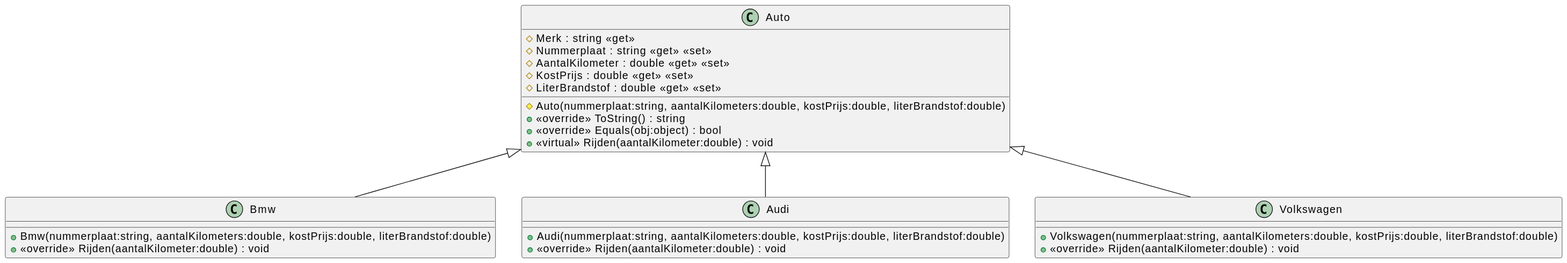
This is 05/05_00/svg/Overview.svg from it-graduaten/template-csharp-ooprogramming-permanente-evaluatie, a PlantUML export, as it was before one commit. The source it was exported from:
```plantuml
@startuml
!include Bmw.puml
!include Audi.puml
!include Auto.puml
!include Volkswagen.puml
@enduml
```
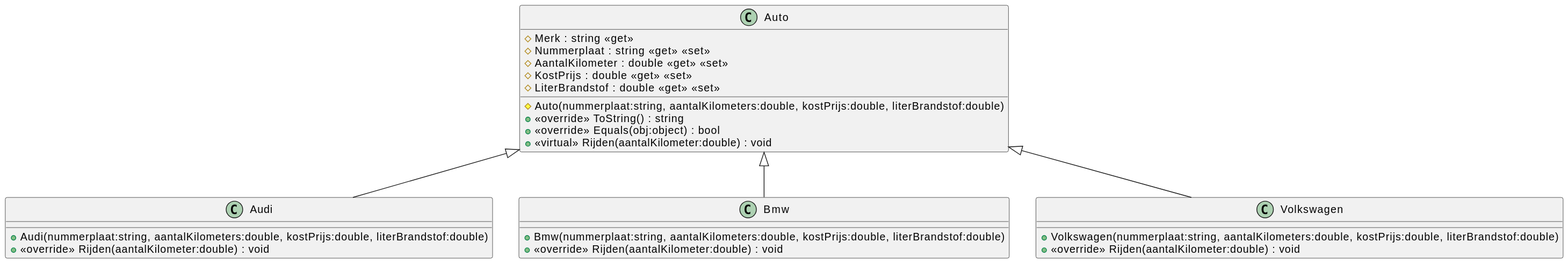
Above is the later version.

The edit, as a diff of the source:
```diff
@@ -1,6 +1,6 @@
 @startuml
+!include Auto.puml
+!include Audi.puml
 !include Bmw.puml
-!include Audi.puml
-!include Auto.puml
 !include Volkswagen.puml
 @enduml
```
